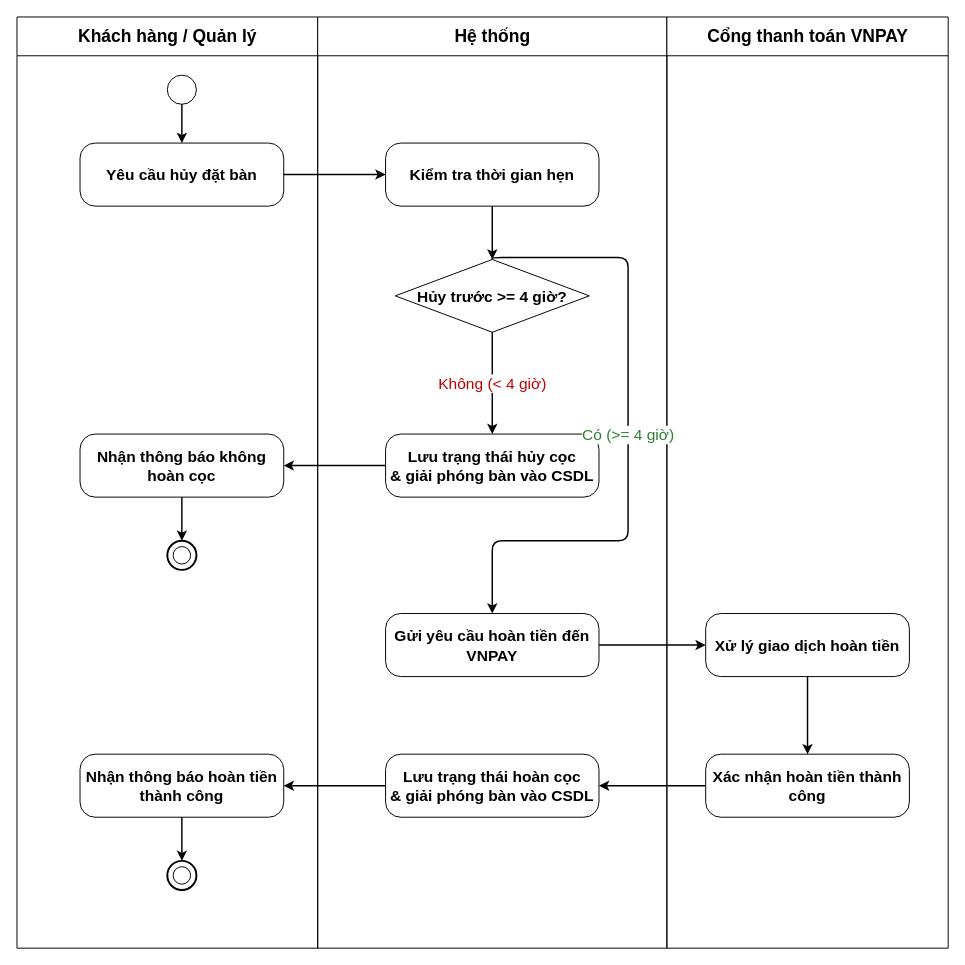
Earlier version of the draw.io diagram docs/phase1/drawio/ad05_cancellation_refund.drawio (AndrewQng/VinDining). Source tidied: cells renumbered, new cells numbered last; positions are measured from the earlier drawing's top-left corner, leaving out a move shared by most shapes. Both pictures are drawn from the tidied source at 97%, with x=0, y=0 at pixel (16, 16).
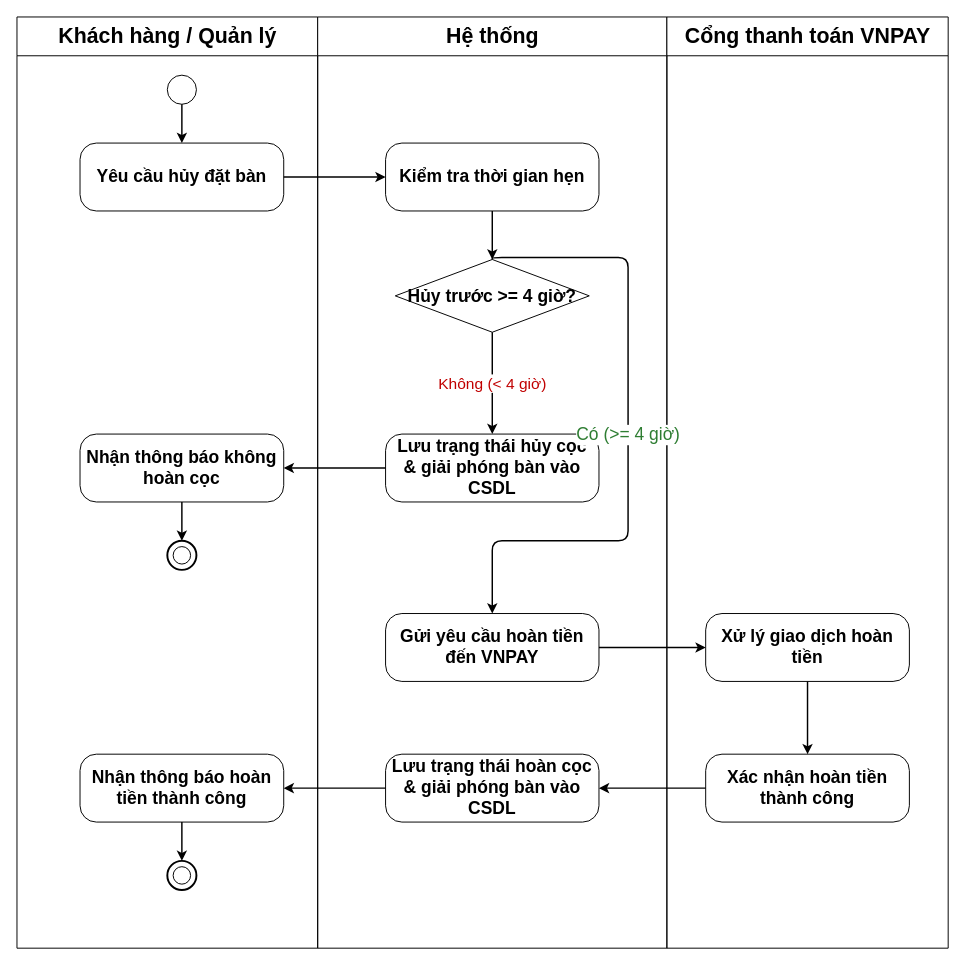
The same diagram, later.

Change to the diagram source:
```diff
@@
-    <mxCell id="2" value="Khách hàng / Quản lý" style="swimlane;html=1;startSize=40;horizontal=1;fontStyle=1;fontSize=18;align=center;verticalAlign=middle;swimlaneLine=1;" parent="1" vertex="1">
+    <mxCell id="2" value="Khách hàng / Quản lý" style="swimlane;html=1;startSize=40;horizontal=1;fontStyle=1;fontSize=22;align=center;verticalAlign=middle;swimlaneLine=1;" parent="1" vertex="1">
       <mxGeometry width="310" height="960" as="geometry" />
     </mxCell>
@@
-    <mxCell id="4" value="Yêu cầu hủy đặt bàn" style="rounded=1;arcSize=24;whiteSpace=wrap;html=1;fontStyle=1;fontSize=16;align=center;verticalAlign=middle;" parent="2" vertex="1">
-      <mxGeometry x="65" y="130" width="210" height="65" as="geometry" />
+    <mxCell id="4" value="Yêu cầu hủy đặt bàn" style="rounded=1;arcSize=24;whiteSpace=wrap;html=1;fontStyle=1;fontSize=18;align=center;verticalAlign=middle;" parent="2" vertex="1">
+      <mxGeometry x="65" y="130" width="210" height="70" as="geometry" />
     </mxCell>
-    <mxCell id="5" value="Nhận thông báo không hoàn cọc" style="rounded=1;arcSize=24;whiteSpace=wrap;html=1;fontStyle=1;fontSize=16;align=center;verticalAlign=middle;" parent="2" vertex="1">
-      <mxGeometry x="65" y="430" width="210" height="65" as="geometry" />
+    <mxCell id="5" value="Nhận thông báo không hoàn cọc" style="rounded=1;arcSize=24;whiteSpace=wrap;html=1;fontStyle=1;fontSize=18;align=center;verticalAlign=middle;" parent="2" vertex="1">
+      <mxGeometry x="65" y="430" width="210" height="70" as="geometry" />
     </mxCell>
@@
-    <mxCell id="8" value="Nhận thông báo hoàn tiền thành công" style="rounded=1;arcSize=24;whiteSpace=wrap;html=1;fontStyle=1;fontSize=16;align=center;verticalAlign=middle;" parent="2" vertex="1">
-      <mxGeometry x="65" y="760" width="210" height="65" as="geometry" />
+    <mxCell id="8" value="Nhận thông báo hoàn tiền thành công" style="rounded=1;arcSize=24;whiteSpace=wrap;html=1;fontStyle=1;fontSize=18;align=center;verticalAlign=middle;" parent="2" vertex="1">
+      <mxGeometry x="65" y="760" width="210" height="70" as="geometry" />
     </mxCell>
@@
-    <mxCell id="13" value="Hệ thống" style="swimlane;html=1;startSize=40;horizontal=1;fontStyle=1;fontSize=18;align=center;verticalAlign=middle;swimlaneLine=1;" parent="1" vertex="1">
+    <mxCell id="13" value="Hệ thống" style="swimlane;html=1;startSize=40;horizontal=1;fontStyle=1;fontSize=22;align=center;verticalAlign=middle;swimlaneLine=1;" parent="1" vertex="1">
       <mxGeometry x="310" width="360" height="960" as="geometry" />
     </mxCell>
-    <mxCell id="14" value="Kiểm tra thời gian hẹn" style="rounded=1;arcSize=24;whiteSpace=wrap;html=1;fontStyle=1;fontSize=16;align=center;verticalAlign=middle;" parent="13" vertex="1">
-      <mxGeometry x="70" y="130" width="220" height="65" as="geometry" />
+    <mxCell id="14" value="Kiểm tra thời gian hẹn" style="rounded=1;arcSize=24;whiteSpace=wrap;html=1;fontStyle=1;fontSize=18;align=center;verticalAlign=middle;" parent="13" vertex="1">
+      <mxGeometry x="70" y="130" width="220" height="70" as="geometry" />
     </mxCell>
-    <mxCell id="15" value="Hủy trước &amp;gt;= 4 giờ?" style="rhombus;whiteSpace=wrap;html=1;fontStyle=1;fontSize=16;align=center;verticalAlign=middle;" parent="13" vertex="1">
+    <mxCell id="15" value="Hủy trước &amp;gt;= 4 giờ?" style="rhombus;whiteSpace=wrap;html=1;fontStyle=1;fontSize=18;align=center;verticalAlign=middle;" parent="13" vertex="1">
       <mxGeometry x="80" y="250" width="200" height="75" as="geometry" />
     </mxCell>
-    <mxCell id="16" value="Lưu trạng thái hủy cọc&#10;&amp;amp; giải phóng bàn vào CSDL" style="rounded=1;arcSize=24;whiteSpace=wrap;html=1;fontStyle=1;fontSize=16;align=center;verticalAlign=middle;" parent="13" vertex="1">
-      <mxGeometry x="70" y="430" width="220" height="65" as="geometry" />
+    <mxCell id="16" value="Lưu trạng thái hủy cọc&#10;&amp;amp; giải phóng bàn vào CSDL" style="rounded=1;arcSize=24;whiteSpace=wrap;html=1;fontStyle=1;fontSize=18;align=center;verticalAlign=middle;" parent="13" vertex="1">
+      <mxGeometry x="70" y="430" width="220" height="70" as="geometry" />
     </mxCell>
-    <mxCell id="17" value="Gửi yêu cầu hoàn tiền đến VNPAY" style="rounded=1;arcSize=24;whiteSpace=wrap;html=1;fontStyle=1;fontSize=16;align=center;verticalAlign=middle;" parent="13" vertex="1">
-      <mxGeometry x="70" y="615" width="220" height="65" as="geometry" />
+    <mxCell id="17" value="Gửi yêu cầu hoàn tiền đến VNPAY" style="rounded=1;arcSize=24;whiteSpace=wrap;html=1;fontStyle=1;fontSize=18;align=center;verticalAlign=middle;" parent="13" vertex="1">
+      <mxGeometry x="70" y="615" width="220" height="70" as="geometry" />
     </mxCell>
-    <mxCell id="18" value="Lưu trạng thái hoàn cọc&#10;&amp;amp; giải phóng bàn vào CSDL" style="rounded=1;arcSize=24;whiteSpace=wrap;html=1;fontStyle=1;fontSize=16;align=center;verticalAlign=middle;" parent="13" vertex="1">
-      <mxGeometry x="70" y="760" width="220" height="65" as="geometry" />
+    <mxCell id="18" value="Lưu trạng thái hoàn cọc&#10;&amp;amp; giải phóng bàn vào CSDL" style="rounded=1;arcSize=24;whiteSpace=wrap;html=1;fontStyle=1;fontSize=18;align=center;verticalAlign=middle;" parent="13" vertex="1">
+      <mxGeometry x="70" y="760" width="220" height="70" as="geometry" />
     </mxCell>
@@
-    <mxCell id="20" value="Cổng thanh toán VNPAY" style="swimlane;html=1;startSize=40;horizontal=1;fontStyle=1;fontSize=18;align=center;verticalAlign=middle;swimlaneLine=1;" parent="1" vertex="1">
+    <mxCell id="20" value="Cổng thanh toán VNPAY" style="swimlane;html=1;startSize=40;horizontal=1;fontStyle=1;fontSize=22;align=center;verticalAlign=middle;swimlaneLine=1;" parent="1" vertex="1">
       <mxGeometry x="670" width="290" height="960" as="geometry" />
     </mxCell>
-    <mxCell id="21" value="Xử lý giao dịch hoàn tiền" style="rounded=1;arcSize=24;whiteSpace=wrap;html=1;fontStyle=1;fontSize=16;align=center;verticalAlign=middle;" parent="20" vertex="1">
-      <mxGeometry x="40" y="615" width="210" height="65" as="geometry" />
+    <mxCell id="21" value="Xử lý giao dịch hoàn tiền" style="rounded=1;arcSize=24;whiteSpace=wrap;html=1;fontStyle=1;fontSize=18;align=center;verticalAlign=middle;" parent="20" vertex="1">
+      <mxGeometry x="40" y="615" width="210" height="70" as="geometry" />
     </mxCell>
-    <mxCell id="22" value="Xác nhận hoàn tiền thành công" style="rounded=1;arcSize=24;whiteSpace=wrap;html=1;fontStyle=1;fontSize=16;align=center;verticalAlign=middle;" parent="20" vertex="1">
-      <mxGeometry x="40" y="760" width="210" height="65" as="geometry" />
+    <mxCell id="22" value="Xác nhận hoàn tiền thành công" style="rounded=1;arcSize=24;whiteSpace=wrap;html=1;fontStyle=1;fontSize=18;align=center;verticalAlign=middle;" parent="20" vertex="1">
+      <mxGeometry x="40" y="760" width="210" height="70" as="geometry" />
     </mxCell>
@@
-    <mxCell id="29" value="Có (&amp;gt;= 4 giờ)" style="edgeStyle=orthogonalEdgeStyle;rounded=1;strokeWidth=1.5;html=1;fontColor=#2e7d32;fontSize=16;" parent="1" edge="1" source="15" target="17">
+    <mxCell id="29" value="Có (&amp;gt;= 4 giờ)" style="edgeStyle=orthogonalEdgeStyle;rounded=1;strokeWidth=1.5;html=1;fontColor=#2e7d32;fontSize=18;" parent="1" edge="1" source="15" target="17">
       <mxGeometry relative="1" as="geometry">
         <Array as="points">
           <mxPoint x="630" y="248" />
           <mxPoint x="630" y="540" />
           <mxPoint x="490" y="540" />
         </Array>
       </mxGeometry>
     </mxCell>
```
